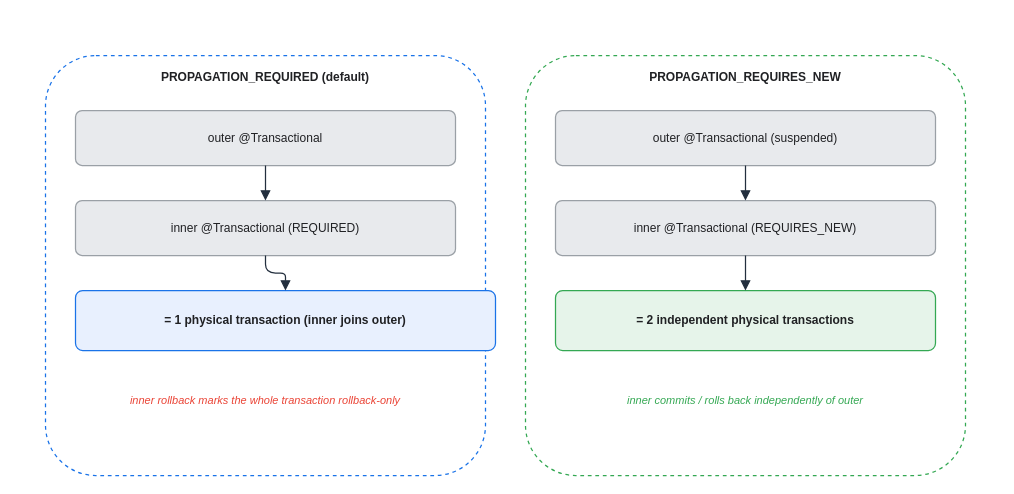
Earlier version of the draw.io diagram assets/img/spring/spring-18-propagation.drawio (KKamJi98/kkamji98.github.io). Source tidied: cells renumbered, new cells numbered last; positions are measured from the earlier drawing's top-left corner, leaving out a move shared by most shapes. Both pictures are drawn from the tidied source at 100%, with x=0, y=0 at pixel (45, 55).
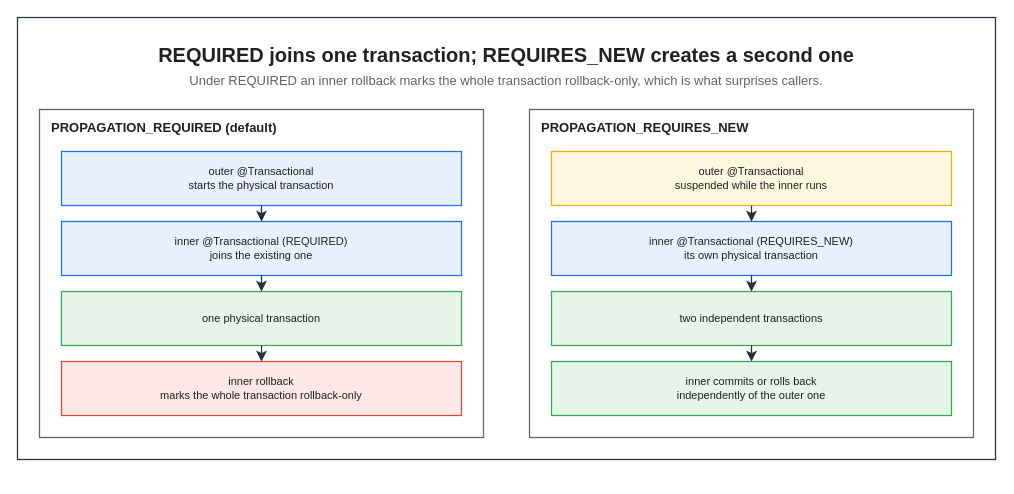
After the change.

Diff of the diagram source:
```diff
@@
+    <mxCell id="16" style="rounded=0;html=0;fillColor=none;strokeColor=#232F3E;fontColor=#202124;strokeWidth=1.25;" parent="1" vertex="1">
+      <mxGeometry x="-28" y="-38" width="978" height="442" as="geometry" />
+    </mxCell>
+    <mxCell id="17" value="REQUIRED joins one transaction; REQUIRES_NEW creates a second one" style="text;html=0;whiteSpace=wrap;fillColor=none;strokeColor=none;fontColor=#202124;fontSize=20;fontStyle=1;align=center;verticalAlign=middle;" parent="1" vertex="1">
+      <mxGeometry x="-6" y="-16" width="934" height="30" as="geometry" />
+    </mxCell>
+    <mxCell id="18" value="Under REQUIRED an inner rollback marks the whole transaction rollback-only, which is what surprises callers." style="text;html=0;whiteSpace=wrap;fillColor=none;strokeColor=none;fontColor=#5F6368;fontSize=13;fontStyle=0;align=center;verticalAlign=middle;" parent="1" vertex="1">
+      <mxGeometry x="-6" y="14" width="934" height="22" as="geometry" />
+    </mxCell>
-    <mxCell id="2" value="PROPAGATION_REQUIRED (default)" style="rounded=1;whiteSpace=wrap;html=0;arcSize=12;shadow=0;fillColor=#FFFFFF;strokeColor=#1A73E8;fontColor=#202124;fontStyle=1;verticalAlign=top;align=center;dashed=1;spacingTop=8;strokeWidth=1.25;" parent="1" vertex="1">
-      <mxGeometry width="440" height="420" as="geometry" />
+    <mxCell id="2" value="PROPAGATION_REQUIRED (default)" style="rounded=0;whiteSpace=wrap;html=0;fillColor=none;strokeColor=#5F6368;fontColor=#202124;fontSize=13;fontStyle=1;align=left;verticalAlign=top;spacingLeft=10;spacingTop=4;strokeWidth=1.25;dashed=0;" parent="1" vertex="1">
+      <mxGeometry x="-6" y="54" width="444" height="328" as="geometry" />
     </mxCell>
+    <mxCell id="7" value="PROPAGATION_REQUIRES_NEW" style="rounded=0;whiteSpace=wrap;html=0;fillColor=none;strokeColor=#5F6368;fontColor=#202124;fontSize=13;fontStyle=1;align=left;verticalAlign=top;spacingLeft=10;spacingTop=4;strokeWidth=1.25;dashed=0;" parent="1" vertex="1">
+      <mxGeometry x="484" y="54" width="444" height="328" as="geometry" />
+    </mxCell>
-    <mxCell id="3" value="outer @Transactional" style="rounded=1;whiteSpace=wrap;html=0;arcSize=12;shadow=0;fillColor=#E8EAED;strokeColor=#9AA0A6;fontColor=#202124;strokeWidth=1.25;" parent="1" vertex="1">
-      <mxGeometry x="30" y="55" width="380" height="55" as="geometry" />
+    <mxCell id="3" value="outer @Transactional&#10;starts the physical transaction" style="rounded=0;whiteSpace=wrap;html=0;fillColor=#E8F0FE;strokeColor=#1A73E8;fontColor=#202124;fontSize=11;fontStyle=0;align=center;verticalAlign=middle;spacingLeft=6;spacingRight=6;strokeWidth=1.25;" parent="1" vertex="1">
+      <mxGeometry x="16" y="96" width="400" height="54" as="geometry" />
     </mxCell>
-    <mxCell id="4" value="inner @Transactional (REQUIRED)" style="rounded=1;whiteSpace=wrap;html=0;arcSize=12;shadow=0;fillColor=#E8EAED;strokeColor=#9AA0A6;fontColor=#202124;strokeWidth=1.25;" parent="1" vertex="1">
-      <mxGeometry x="30" y="145" width="380" height="55" as="geometry" />
+    <mxCell id="4" value="inner @Transactional (REQUIRED)&#10;joins the existing one" style="rounded=0;whiteSpace=wrap;html=0;fillColor=#E8F0FE;strokeColor=#1A73E8;fontColor=#202124;fontSize=11;fontStyle=0;align=center;verticalAlign=middle;spacingLeft=6;spacingRight=6;strokeWidth=1.25;" parent="1" vertex="1">
+      <mxGeometry x="16" y="166" width="400" height="54" as="geometry" />
     </mxCell>
-    <mxCell id="5" value="= 1 physical transaction (inner joins outer)" style="rounded=1;whiteSpace=wrap;html=0;arcSize=12;shadow=0;fillColor=#E8F0FE;strokeColor=#1A73E8;fontColor=#202124;fontStyle=1;strokeWidth=1.25;" parent="1" vertex="1">
-      <mxGeometry x="30" y="235" width="420" height="60" as="geometry" />
+    <mxCell id="5" value="one physical transaction" style="rounded=0;whiteSpace=wrap;html=0;fillColor=#E6F4EA;strokeColor=#34A853;fontColor=#202124;fontSize=11;fontStyle=0;align=center;verticalAlign=middle;spacingLeft=6;spacingRight=6;strokeWidth=1.25;" parent="1" vertex="1">
+      <mxGeometry x="16" y="236" width="400" height="54" as="geometry" />
     </mxCell>
-    <mxCell id="6" value="inner rollback marks the whole transaction rollback-only" style="text;html=0;align=center;verticalAlign=middle;whiteSpace=wrap;fontSize=11;fontColor=#EA4335;fontStyle=2;" parent="1" vertex="1">
-      <mxGeometry x="30" y="325" width="380" height="40" as="geometry" />
+    <mxCell id="6" value="inner rollback&#10;marks the whole transaction rollback-only" style="rounded=0;whiteSpace=wrap;html=0;fillColor=#FCE8E6;strokeColor=#EA4335;fontColor=#202124;fontSize=11;fontStyle=0;align=center;verticalAlign=middle;spacingLeft=6;spacingRight=6;strokeWidth=1.25;" parent="1" vertex="1">
+      <mxGeometry x="16" y="306" width="400" height="54" as="geometry" />
     </mxCell>
-    <mxCell id="7" value="PROPAGATION_REQUIRES_NEW" style="rounded=1;whiteSpace=wrap;html=0;arcSize=12;shadow=0;fillColor=#FFFFFF;strokeColor=#34A853;fontColor=#202124;fontStyle=1;verticalAlign=top;align=center;dashed=1;spacingTop=8;strokeWidth=1.25;" parent="1" vertex="1">
-      <mxGeometry x="480" width="440" height="420" as="geometry" />
-    </mxCell>
-    <mxCell id="8" value="outer @Transactional (suspended)" style="rounded=1;whiteSpace=wrap;html=0;arcSize=12;shadow=0;fillColor=#E8EAED;strokeColor=#9AA0A6;fontColor=#202124;strokeWidth=1.25;" parent="1" vertex="1">
-      <mxGeometry x="510" y="55" width="380" height="55" as="geometry" />
+    <mxCell id="8" value="outer @Transactional&#10;suspended while the inner runs" style="rounded=0;whiteSpace=wrap;html=0;fillColor=#FEF7E0;strokeColor=#F9AB00;fontColor=#202124;fontSize=11;fontStyle=0;align=center;verticalAlign=middle;spacingLeft=6;spacingRight=6;strokeWidth=1.25;" parent="1" vertex="1">
+      <mxGeometry x="506" y="96" width="400" height="54" as="geometry" />
     </mxCell>
-    <mxCell id="9" value="inner @Transactional (REQUIRES_NEW)" style="rounded=1;whiteSpace=wrap;html=0;arcSize=12;shadow=0;fillColor=#E8EAED;strokeColor=#9AA0A6;fontColor=#202124;strokeWidth=1.25;" parent="1" vertex="1">
-      <mxGeometry x="510" y="145" width="380" height="55" as="geometry" />
+    <mxCell id="9" value="inner @Transactional (REQUIRES_NEW)&#10;its own physical transaction" style="rounded=0;whiteSpace=wrap;html=0;fillColor=#E8F0FE;strokeColor=#1A73E8;fontColor=#202124;fontSize=11;fontStyle=0;align=center;verticalAlign=middle;spacingLeft=6;spacingRight=6;strokeWidth=1.25;" parent="1" vertex="1">
+      <mxGeometry x="506" y="166" width="400" height="54" as="geometry" />
     </mxCell>
-    <mxCell id="10" value="= 2 independent physical transactions" style="rounded=1;whiteSpace=wrap;html=0;arcSize=12;shadow=0;fillColor=#E6F4EA;strokeColor=#34A853;fontColor=#202124;fontStyle=1;strokeWidth=1.25;" parent="1" vertex="1">
-      <mxGeometry x="510" y="235" width="380" height="60" as="geometry" />
+    <mxCell id="10" value="two independent transactions" style="rounded=0;whiteSpace=wrap;html=0;fillColor=#E6F4EA;strokeColor=#34A853;fontColor=#202124;fontSize=11;fontStyle=0;align=center;verticalAlign=middle;spacingLeft=6;spacingRight=6;strokeWidth=1.25;" parent="1" vertex="1">
+      <mxGeometry x="506" y="236" width="400" height="54" as="geometry" />
     </mxCell>
-    <mxCell id="11" value="inner commits / rolls back independently of outer" style="text;html=0;align=center;verticalAlign=middle;whiteSpace=wrap;fontSize=11;fontColor=#34A853;fontStyle=2;" parent="1" vertex="1">
-      <mxGeometry x="510" y="325" width="380" height="40" as="geometry" />
+    <mxCell id="11" value="inner commits or rolls back&#10;independently of the outer one" style="rounded=0;whiteSpace=wrap;html=0;fillColor=#E6F4EA;strokeColor=#34A853;fontColor=#202124;fontSize=11;fontStyle=0;align=center;verticalAlign=middle;spacingLeft=6;spacingRight=6;strokeWidth=1.25;" parent="1" vertex="1">
+      <mxGeometry x="506" y="306" width="400" height="54" as="geometry" />
     </mxCell>
-    <mxCell id="12" style="edgeStyle=orthogonalEdgeStyle;rounded=1;html=0;endArrow=block;strokeColor=#232F3E;strokeWidth=1.25;endSize=7;fontColor=#202124;" parent="1" edge="1" source="3" target="4">
+    <mxCell id="12" style="edgeStyle=orthogonalEdgeStyle;rounded=0;html=0;strokeColor=#232F3E;strokeWidth=1.25;endArrow=classic;endFill=1;endSize=7;fontSize=11;fontColor=#202124;labelBackgroundColor=none;jettySize=14;exitX=0.5;exitY=1;entryX=0.5;entryY=0;exitDx=0;exitDy=0;entryDx=0;entryDy=0;" parent="1" edge="1" source="3" target="4">
       <mxGeometry relative="1" as="geometry" />
     </mxCell>
-    <mxCell id="13" style="edgeStyle=orthogonalEdgeStyle;rounded=1;html=0;endArrow=block;strokeColor=#232F3E;strokeWidth=1.25;endSize=7;fontColor=#202124;" parent="1" edge="1" source="4" target="5">
+    <mxCell id="13" style="edgeStyle=orthogonalEdgeStyle;rounded=0;html=0;strokeColor=#232F3E;strokeWidth=1.25;endArrow=classic;endFill=1;endSize=7;fontSize=11;fontColor=#202124;labelBackgroundColor=none;jettySize=14;exitX=0.5;exitY=1;entryX=0.5;entryY=0;exitDx=0;exitDy=0;entryDx=0;entryDy=0;" parent="1" edge="1" source="4" target="5">
       <mxGeometry relative="1" as="geometry" />
     </mxCell>
+    <mxCell id="19" style="edgeStyle=orthogonalEdgeStyle;rounded=0;html=0;strokeColor=#232F3E;strokeWidth=1.25;endArrow=classic;endFill=1;endSize=7;fontSize=11;fontColor=#202124;labelBackgroundColor=none;jettySize=14;exitX=0.5;exitY=1;entryX=0.5;entryY=0;exitDx=0;exitDy=0;entryDx=0;entryDy=0;" parent="1" edge="1" source="5" target="6">
+      <mxGeometry relative="1" as="geometry" />
+    </mxCell>
-    <mxCell id="14" style="edgeStyle=orthogonalEdgeStyle;rounded=1;html=0;endArrow=block;strokeColor=#232F3E;strokeWidth=1.25;endSize=7;fontColor=#202124;" parent="1" edge="1" source="8" target="9">
+    <mxCell id="14" style="edgeStyle=orthogonalEdgeStyle;rounded=0;html=0;strokeColor=#232F3E;strokeWidth=1.25;endArrow=classic;endFill=1;endSize=7;fontSize=11;fontColor=#202124;labelBackgroundColor=none;jettySize=14;exitX=0.5;exitY=1;entryX=0.5;entryY=0;exitDx=0;exitDy=0;entryDx=0;entryDy=0;" parent="1" edge="1" source="8" target="9">
       <mxGeometry relative="1" as="geometry" />
     </mxCell>
-    <mxCell id="15" style="edgeStyle=orthogonalEdgeStyle;rounded=1;html=0;endArrow=block;strokeColor=#232F3E;strokeWidth=1.25;endSize=7;fontColor=#202124;" parent="1" edge="1" source="9" target="10">
+    <mxCell id="15" style="edgeStyle=orthogonalEdgeStyle;rounded=0;html=0;strokeColor=#232F3E;strokeWidth=1.25;endArrow=classic;endFill=1;endSize=7;fontSize=11;fontColor=#202124;labelBackgroundColor=none;jettySize=14;exitX=0.5;exitY=1;entryX=0.5;entryY=0;exitDx=0;exitDy=0;entryDx=0;entryDy=0;" parent="1" edge="1" source="9" target="10">
       <mxGeometry relative="1" as="geometry" />
     </mxCell>
+    <mxCell id="20" style="edgeStyle=orthogonalEdgeStyle;rounded=0;html=0;strokeColor=#232F3E;strokeWidth=1.25;endArrow=classic;endFill=1;endSize=7;fontSize=11;fontColor=#202124;labelBackgroundColor=none;jettySize=14;exitX=0.5;exitY=1;entryX=0.5;entryY=0;exitDx=0;exitDy=0;entryDx=0;entryDy=0;" parent="1" edge="1" source="10" target="11">
+      <mxGeometry relative="1" as="geometry" />
+    </mxCell>
```
